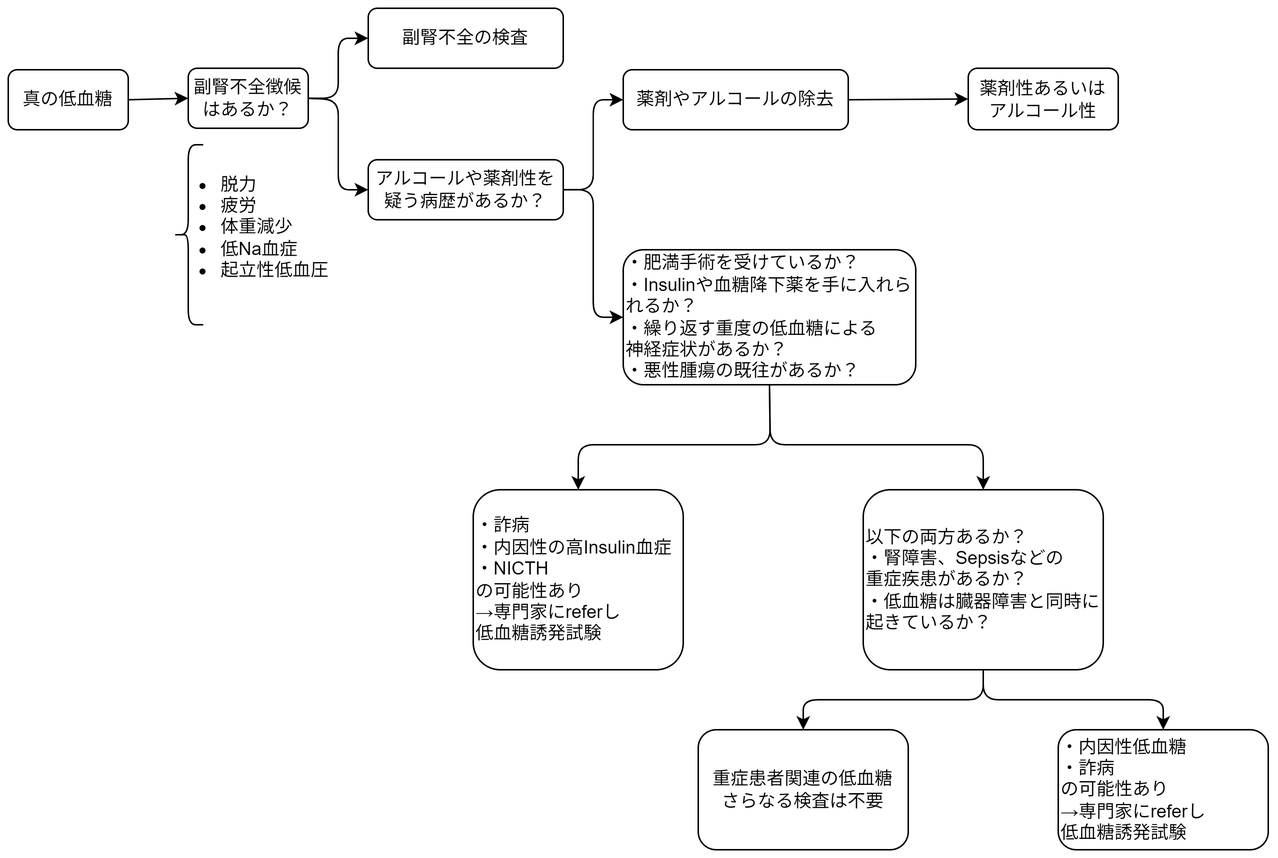
This is figure/uptodate_flowchart.drawio.png from figarofuga/hypoglycemia, a draw.io export, as it was before one commit. Source tidied: cells renumbered, new cells last; positions are measured from the earlier drawing's top-left corner, leaving out a move shared by most shapes.
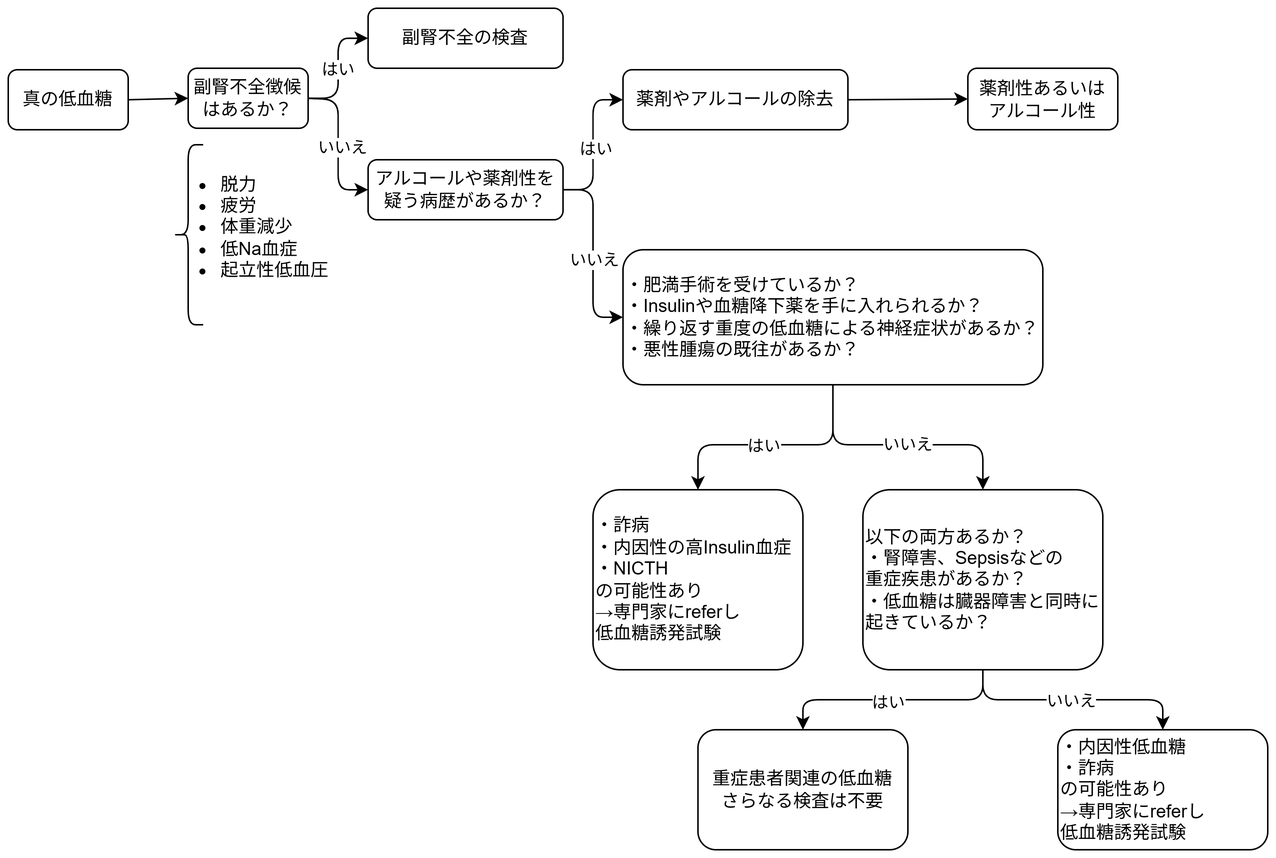
After the change.

Change to the diagram source:
```diff
@@ -16,6 +16,9 @@
         </Array>
       </mxGeometry>
     </mxCell>
+    <mxCell id="25" value="いいえ" style="edgeLabel;html=1;align=center;verticalAlign=middle;" parent="4" vertex="1">
+      <mxGeometry x="0.04" y="2" relative="1" as="geometry" />
+    </mxCell>
     <mxCell id="5" style="edgeStyle=none;html=1;exitX=1;exitY=0.5;exitDx=0;exitDy=0;entryX=0;entryY=0.5;entryDx=0;entryDy=0;" parent="1" edge="1" source="6" target="7">
       <mxGeometry relative="1" as="geometry">
         <Array as="points">
@@ -24,6 +27,9 @@
         </Array>
       </mxGeometry>
     </mxCell>
+    <mxCell id="26" value="はい" style="edgeLabel;html=1;align=center;verticalAlign=middle;" parent="5" vertex="1">
+      <mxGeometry y="1" relative="1" as="geometry" />
+    </mxCell>
     <mxCell id="6" value="副腎不全徴候はあるか？" style="rounded=1;whiteSpace=wrap;html=1;" parent="1" vertex="1">
       <mxGeometry x="120" y="40" width="80" height="40" as="geometry" />
     </mxCell>
@@ -38,6 +44,9 @@
         </Array>
       </mxGeometry>
     </mxCell>
+    <mxCell id="27" value="はい" style="edgeLabel;html=1;align=center;verticalAlign=middle;" parent="8" vertex="1">
+      <mxGeometry x="-0.04" y="-1" relative="1" as="geometry" />
+    </mxCell>
     <mxCell id="9" value="アルコールや薬剤性を疑う病歴があるか？" style="rounded=1;whiteSpace=wrap;html=1;" parent="1" vertex="1">
       <mxGeometry x="240" y="101" width="130" height="40" as="geometry" />
     </mxCell>
@@ -50,24 +59,30 @@
     <mxCell id="12" style="edgeStyle=none;html=1;exitX=0.5;exitY=1;exitDx=0;exitDy=0;entryX=0.5;entryY=0;entryDx=0;entryDy=0;" parent="1" edge="1" source="14" target="15">
       <mxGeometry relative="1" as="geometry">
         <Array as="points">
-          <mxPoint x="508" y="291" />
-          <mxPoint x="380" y="291" />
+          <mxPoint x="550" y="291" />
+          <mxPoint x="460" y="291" />
         </Array>
       </mxGeometry>
     </mxCell>
+    <mxCell id="28" value="はい" style="edgeLabel;html=1;align=center;verticalAlign=middle;" parent="12" vertex="1">
+      <mxGeometry x="0.09" relative="1" as="geometry" />
+    </mxCell>
     <mxCell id="13" style="edgeStyle=none;html=1;exitX=0.5;exitY=1;exitDx=0;exitDy=0;entryX=0.5;entryY=0;entryDx=0;entryDy=0;" parent="1" edge="1" source="14" target="21">
       <mxGeometry relative="1" as="geometry">
         <Array as="points">
-          <mxPoint x="508" y="291" />
+          <mxPoint x="550" y="291" />
           <mxPoint x="650" y="291" />
         </Array>
       </mxGeometry>
     </mxCell>
+    <mxCell id="29" value="いいえ" style="edgeLabel;html=1;align=center;verticalAlign=middle;" parent="13" vertex="1">
+      <mxGeometry x="0.04" y="1" relative="1" as="geometry" />
+    </mxCell>
-    <mxCell id="14" value="・肥満手術を受けているか？&lt;div&gt;・Insulinや血糖降下薬を手に入れられるか？&lt;/div&gt;&lt;div&gt;・繰り返す重度の低血糖による&lt;br&gt;神経症状があるか？&lt;/div&gt;&lt;div&gt;・悪性腫瘍の既往があるか？&lt;/div&gt;" style="rounded=1;whiteSpace=wrap;html=1;align=left;" parent="1" vertex="1">
-      <mxGeometry x="410" y="161" width="195" height="90" as="geometry" />
+    <mxCell id="14" value="・肥満手術を受けているか？&lt;div&gt;・Insulinや血糖降下薬を手に入れられるか？&lt;/div&gt;&lt;div&gt;・繰り返す重度の低血糖による神経症状があるか？&lt;/div&gt;&lt;div&gt;・悪性腫瘍の既往があるか？&lt;/div&gt;" style="rounded=1;whiteSpace=wrap;html=1;align=left;" parent="1" vertex="1">
+      <mxGeometry x="410" y="161" width="280" height="90" as="geometry" />
     </mxCell>
     <mxCell id="15" value="&lt;div style=&quot;&quot;&gt;&lt;span style=&quot;background-color: transparent;&quot;&gt;・詐病&lt;/span&gt;&lt;/div&gt;&lt;span style=&quot;background-color: transparent;&quot;&gt;&lt;div style=&quot;&quot;&gt;&lt;span style=&quot;background-color: transparent;&quot;&gt;・内因性の高Insulin血症&lt;/span&gt;&lt;/div&gt;&lt;/span&gt;&lt;span style=&quot;background-color: transparent;&quot;&gt;&lt;div style=&quot;&quot;&gt;&lt;span style=&quot;background-color: transparent;&quot;&gt;・NICTH&lt;/span&gt;&lt;/div&gt;&lt;/span&gt;&lt;div style=&quot;&quot;&gt;の可能性あり&lt;br&gt;&lt;div style=&quot;&quot;&gt;&lt;span style=&quot;background-color: transparent;&quot;&gt;→専門家にreferし&lt;/span&gt;&lt;/div&gt;&lt;/div&gt;&lt;div&gt;低血糖誘発試験&lt;/div&gt;" style="rounded=1;whiteSpace=wrap;html=1;align=left;" parent="1" vertex="1">
-      <mxGeometry x="310" y="321" width="140" height="120" as="geometry" />
+      <mxGeometry x="390" y="321" width="140" height="120" as="geometry" />
     </mxCell>
     <mxCell id="16" style="edgeStyle=none;html=1;exitX=1;exitY=0.5;exitDx=0;exitDy=0;entryX=0;entryY=0.5;entryDx=0;entryDy=0;" parent="1" edge="1" source="17" target="18">
       <mxGeometry relative="1" as="geometry" />
@@ -86,6 +101,9 @@
         </Array>
       </mxGeometry>
     </mxCell>
+    <mxCell id="30" value="はい" style="edgeLabel;html=1;align=center;verticalAlign=middle;" parent="19" vertex="1">
+      <mxGeometry x="0.05" y="1" relative="1" as="geometry" />
+    </mxCell>
     <mxCell id="20" style="edgeStyle=none;html=1;exitX=0.5;exitY=1;exitDx=0;exitDy=0;entryX=0.5;entryY=0;entryDx=0;entryDy=0;" parent="1" edge="1" source="21" target="23">
       <mxGeometry relative="1" as="geometry">
         <Array as="points">
@@ -94,6 +112,9 @@
         </Array>
       </mxGeometry>
     </mxCell>
+    <mxCell id="31" value="いいえ" style="edgeLabel;html=1;align=center;verticalAlign=middle;" parent="20" vertex="1">
+      <mxGeometry x="-0.03" relative="1" as="geometry" />
+    </mxCell>
     <mxCell id="21" value="以下の両方あるか？&lt;div&gt;・腎障害、Sepsisなどの&lt;br&gt;重症疾患があるか？&lt;/div&gt;&lt;div&gt;・低血糖は臓器障害と同時に起きているか？&lt;/div&gt;" style="rounded=1;whiteSpace=wrap;html=1;align=left;" parent="1" vertex="1">
       <mxGeometry x="570" y="321" width="160" height="120" as="geometry" />
     </mxCell>
@@ -111,5 +132,8 @@
         </Array>
       </mxGeometry>
     </mxCell>
+    <mxCell id="32" value="いいえ" style="edgeLabel;html=1;align=center;verticalAlign=middle;" parent="24" vertex="1">
+      <mxGeometry x="0.06" relative="1" as="geometry" />
+    </mxCell>
   </root>
 </mxGraphModel>
```
